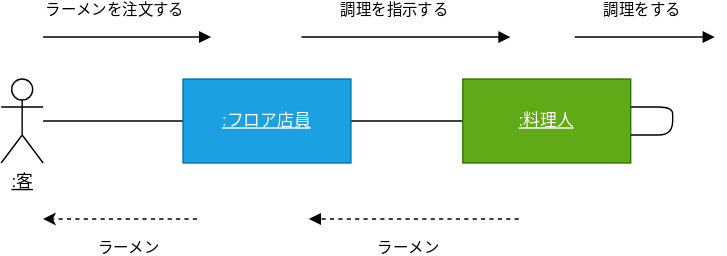
The draw.io diagram 例題5-1_ラーメン注文配膳.drawio.svg in Tackey-11/uml-intro, before a commit. Source tidied: cells renumbered, new cells last; positions are measured from the earlier drawing's top-left corner, leaving out a move shared by most shapes.
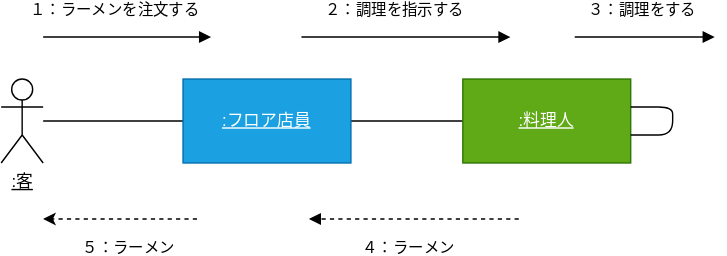
Above is the later version.

Diff of the diagram source:
```diff
@@ -26,7 +26,7 @@
         </Array>
       </mxGeometry>
     </mxCell>
-    <mxCell id="8" value="ラーメンを注文する" style="edgeLabel;html=1;align=center;verticalAlign=middle;" parent="7" vertex="1">
+    <mxCell id="8" value="１：ラーメンを注文する" style="edgeLabel;html=1;align=center;verticalAlign=middle;" parent="7" vertex="1">
       <mxGeometry x="-0.26" y="3" relative="1" as="geometry">
         <mxPoint x="6" y="-17" as="offset" />
       </mxGeometry>
@@ -42,7 +42,7 @@
         </Array>
       </mxGeometry>
     </mxCell>
-    <mxCell id="10" value="調理を指示する" style="edgeLabel;html=1;align=center;verticalAlign=middle;" parent="9" vertex="1">
+    <mxCell id="10" value="２：調理を指示する" style="edgeLabel;html=1;align=center;verticalAlign=middle;" parent="9" vertex="1">
       <mxGeometry x="-0.26" y="3" relative="1" as="geometry">
         <mxPoint x="60" y="-17" as="offset" />
       </mxGeometry>
@@ -66,7 +66,7 @@
         </Array>
       </mxGeometry>
     </mxCell>
-    <mxCell id="13" value="調理をする" style="edgeLabel;html=1;align=center;verticalAlign=middle;" parent="12" vertex="1">
+    <mxCell id="13" value="３：調理をする" style="edgeLabel;html=1;align=center;verticalAlign=middle;" parent="12" vertex="1">
       <mxGeometry x="-0.07" relative="1" as="geometry">
         <mxPoint y="-20" as="offset" />
       </mxGeometry>
@@ -77,7 +77,7 @@
         <mxPoint x="220" y="130" as="targetPoint" />
       </mxGeometry>
     </mxCell>
-    <mxCell id="15" value="ラーメン" style="edgeLabel;html=1;align=center;verticalAlign=middle;" parent="14" vertex="1">
+    <mxCell id="15" value="４：ラーメン" style="edgeLabel;html=1;align=center;verticalAlign=middle;" parent="14" vertex="1">
       <mxGeometry x="0.14" y="2" relative="1" as="geometry">
         <mxPoint x="5" y="18" as="offset" />
       </mxGeometry>
@@ -88,7 +88,7 @@
         <mxPoint x="30" y="130" as="targetPoint" />
       </mxGeometry>
     </mxCell>
-    <mxCell id="17" value="ラーメン&lt;br&gt;" style="edgeLabel;html=1;align=center;verticalAlign=middle;" parent="16" vertex="1">
+    <mxCell id="17" value="５：ラーメン" style="edgeLabel;html=1;align=center;verticalAlign=middle;" parent="16" vertex="1">
       <mxGeometry x="-0.2" y="-1" relative="1" as="geometry">
         <mxPoint x="-6" y="21" as="offset" />
       </mxGeometry>
```
